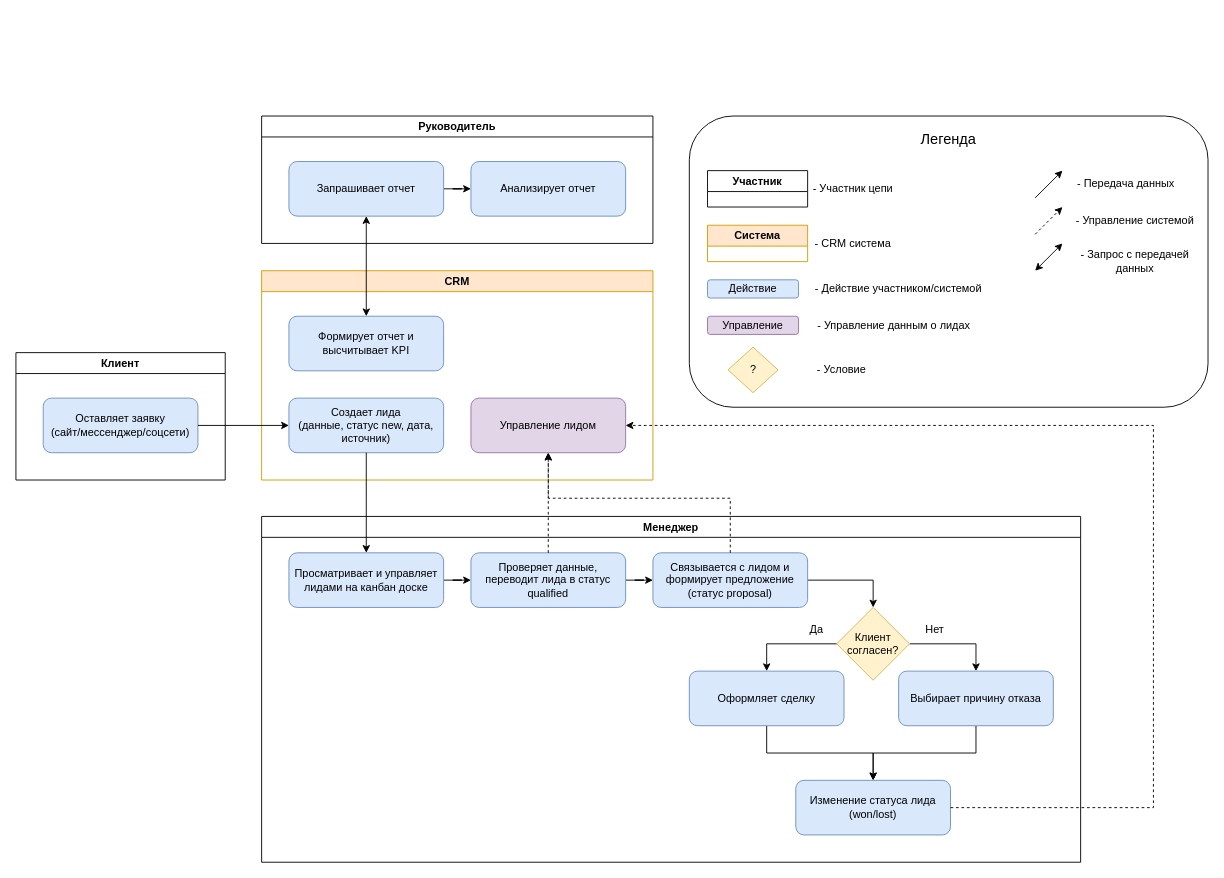
The draw.io diagram docs/drawio-sources/TO-BE.drawio in Captain-Skull/CRM-mini, before the edit. Source tidied: cells renumbered, new cells numbered last; positions are measured from the earlier drawing's top-left corner, leaving out a move shared by most shapes. Both pictures are drawn from the tidied source at 91%, with x=0, y=0 at pixel (15, 116).
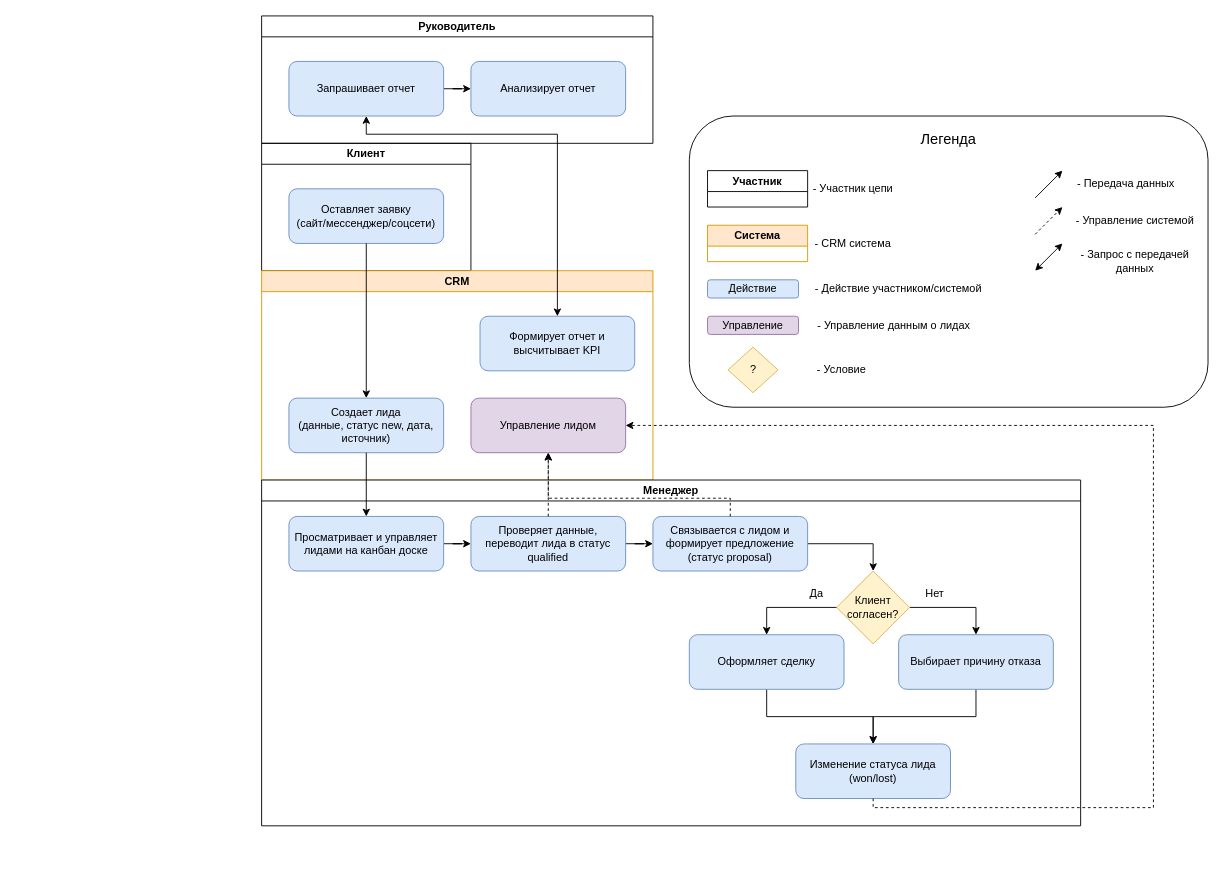
The same page after the edit.

The change refers to these unchanged cells:
```xml
<mxCell id="3" value="Оставляет заявку&lt;div&gt;(сайт/мессенджер/соцсети)&lt;/div&gt;" style="rounded=1;whiteSpace=wrap;html=1;fillColor=#dae8fc;strokeColor=#6c8ebf;" parent="2" vertex="1">
  <mxGeometry x="30" y="50" width="170" height="60" as="geometry" />
</mxCell>
<mxCell id="4" value="CRM" style="swimlane;whiteSpace=wrap;html=1;fillColor=#ffe6cc;strokeColor=#d79b00;" parent="1" vertex="1">
  <mxGeometry x="270" y="170" width="430" height="230" as="geometry" />
</mxCell>
<mxCell id="5" value="Создает лида&lt;div&gt;(данные, статус new, дата, источник)&lt;/div&gt;" style="rounded=1;whiteSpace=wrap;html=1;fillColor=#dae8fc;strokeColor=#6c8ebf;" parent="4" vertex="1">
  <mxGeometry x="30" y="140" width="170" height="60" as="geometry" />
</mxCell>
<mxCell id="32" value="Запрашивает отчет" style="rounded=1;whiteSpace=wrap;html=1;fillColor=#dae8fc;strokeColor=#6c8ebf;" parent="30" vertex="1">
  <mxGeometry x="30" y="50" width="170" height="60" as="geometry" />
</mxCell>
```

The edit, as a diff of the source:
```diff
@@
     <mxCell id="2" value="Клиент" style="swimlane;whiteSpace=wrap;html=1;" parent="1" vertex="1">
-      <mxGeometry y="260" width="230" height="140" as="geometry" />
+      <mxGeometry x="270" y="30" width="230" height="140" as="geometry" />
     </mxCell>
@@
     <mxCell id="7" value="Формирует отчет и высчитывает KPI" style="rounded=1;whiteSpace=wrap;html=1;fillColor=#dae8fc;strokeColor=#6c8ebf;" parent="4" vertex="1">
-      <mxGeometry x="30" y="50" width="170" height="60" as="geometry" />
+      <mxGeometry x="240" y="50" width="170" height="60" as="geometry" />
     </mxCell>
-    <mxCell id="8" style="edgeStyle=orthogonalEdgeStyle;rounded=0;jettySize=auto;html=1;entryX=0;entryY=0.5;entryDx=0;entryDy=0;" parent="1" edge="1" source="3" target="5">
-      <mxGeometry relative="1" as="geometry" />
-    </mxCell>
     <mxCell id="9" value="Менеджер" style="swimlane;whiteSpace=wrap;html=1;" parent="1" vertex="1">
-      <mxGeometry x="270" y="440" width="900" height="380" as="geometry" />
+      <mxGeometry x="270" y="400" width="900" height="380" as="geometry" />
     </mxCell>
@@
     <mxCell id="30" value="Руководитель" style="swimlane;whiteSpace=wrap;html=1;" parent="1" vertex="1">
-      <mxGeometry x="270" width="430" height="140" as="geometry" />
+      <mxGeometry x="270" y="-110" width="430" height="140" as="geometry" />
     </mxCell>
@@
     <mxCell id="34" style="endArrow=classic;startArrow=classic;html=1;rounded=0;exitX=0.5;exitY=0;exitDx=0;exitDy=0;entryX=0.5;entryY=1;entryDx=0;entryDy=0;" parent="1" edge="1" source="7" target="32">
-      <mxGeometry relative="1" as="geometry" />
+      <mxGeometry relative="1" as="geometry">
+        <Array as="points">
+          <mxPoint x="595" y="20" />
+          <mxPoint x="385" y="20" />
+        </Array>
+      </mxGeometry>
     </mxCell>
@@
+    <mxCell id="8" style="edgeStyle=orthogonalEdgeStyle;rounded=0;jettySize=auto;html=1;entryX=0.5;entryY=0;entryDx=0;entryDy=0;" parent="1" edge="1" source="3" target="5">
+      <mxGeometry relative="1" as="geometry" />
+    </mxCell>
```
